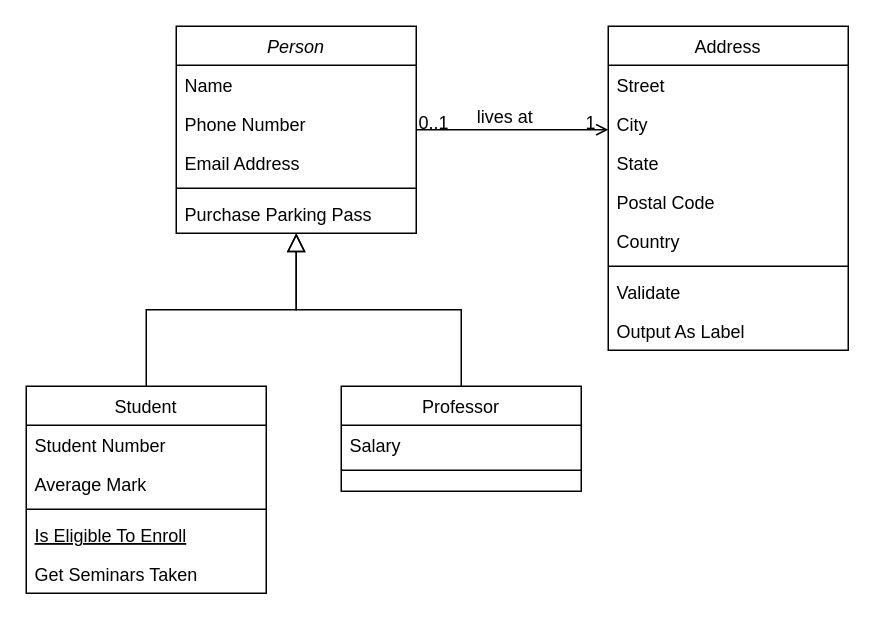
The draw.io diagram CEP_logic_map.drawio in EpicM97/EpicM, before the edit. Source tidied: cells renumbered, new cells numbered last; positions are measured from the earlier drawing's top-left corner, leaving out a move shared by most shapes. Both pictures are drawn from the tidied source at 150%, with x=0, y=0 at pixel (26, 26).
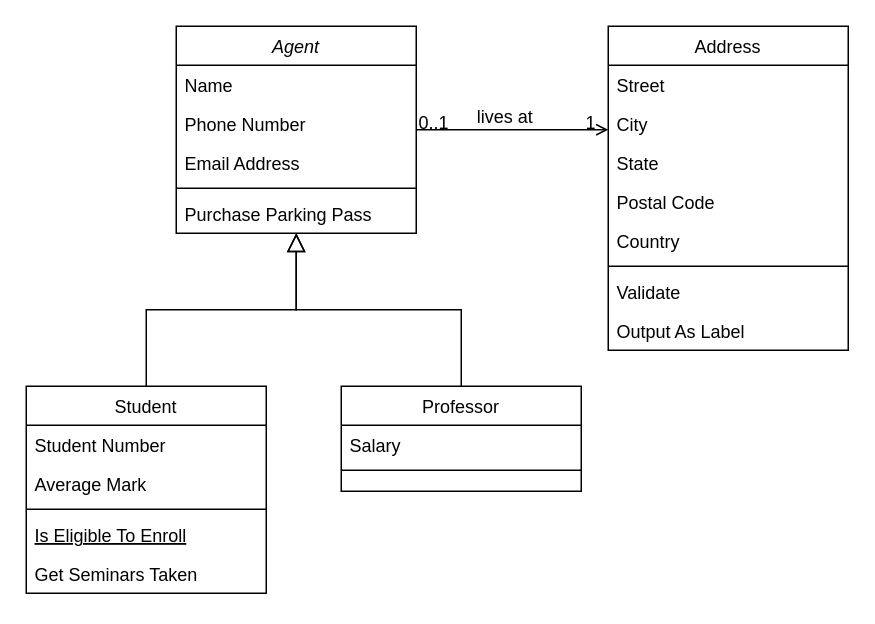
The same page after the edit.

What changed in the source:
```diff
@@
-    <mxCell id="2" value="Person" style="swimlane;fontStyle=2;align=center;verticalAlign=top;horizontal=1;startSize=26;rounded=0;shadow=0;strokeWidth=1;" parent="1" vertex="1">
+    <mxCell id="2" value="Agent" style="swimlane;fontStyle=2;align=center;verticalAlign=top;horizontal=1;startSize=26;rounded=0;shadow=0;strokeWidth=1;" parent="1" vertex="1">
       <mxGeometry x="100" width="160" height="138" as="geometry" />
     </mxCell>
```
